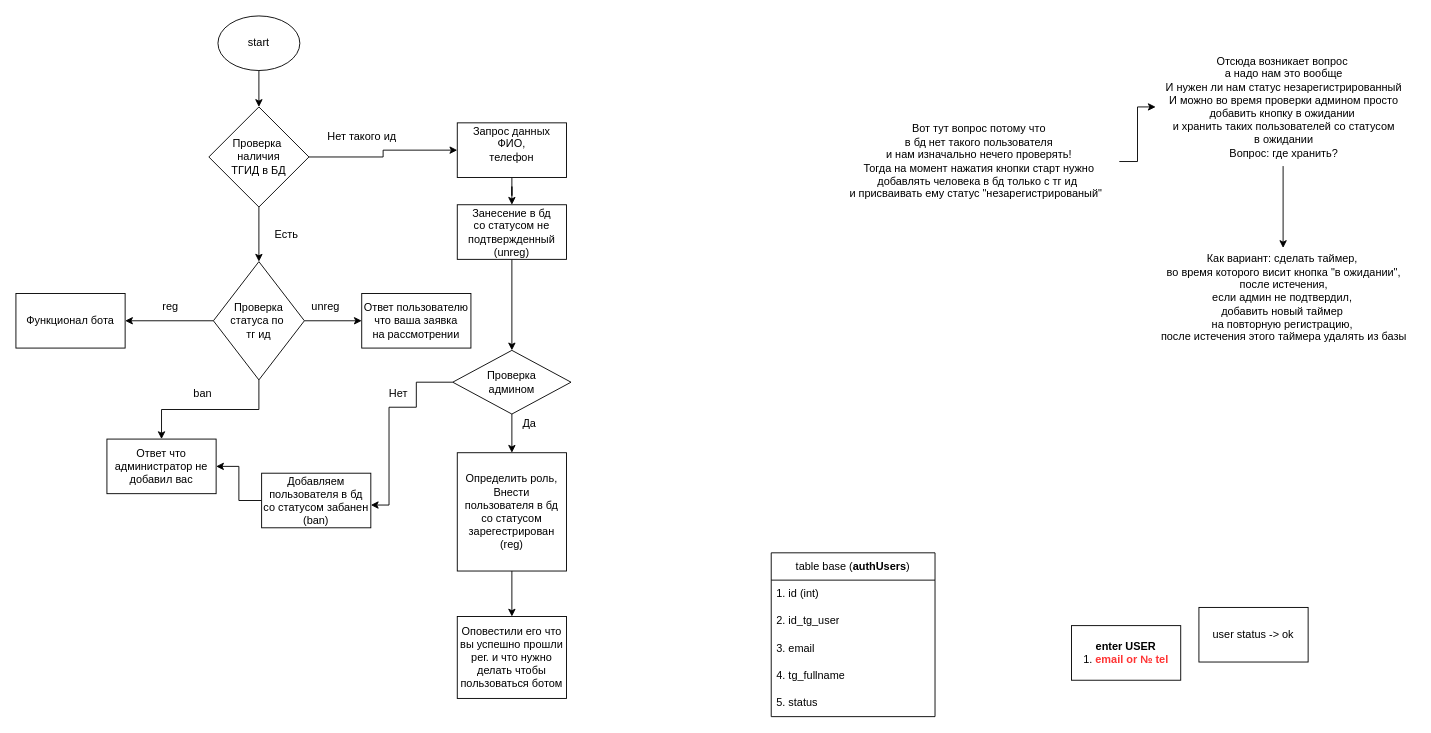
The draw.io diagram auth_op_bot.drawio in EvgeniiGud/draw, before the edit. Source tidied: cells renumbered, new cells numbered last; positions are measured from the earlier drawing's top-left corner, leaving out a move shared by most shapes. Both pictures are drawn from the tidied source at 91%, with x=0, y=0 at pixel (15, 15).
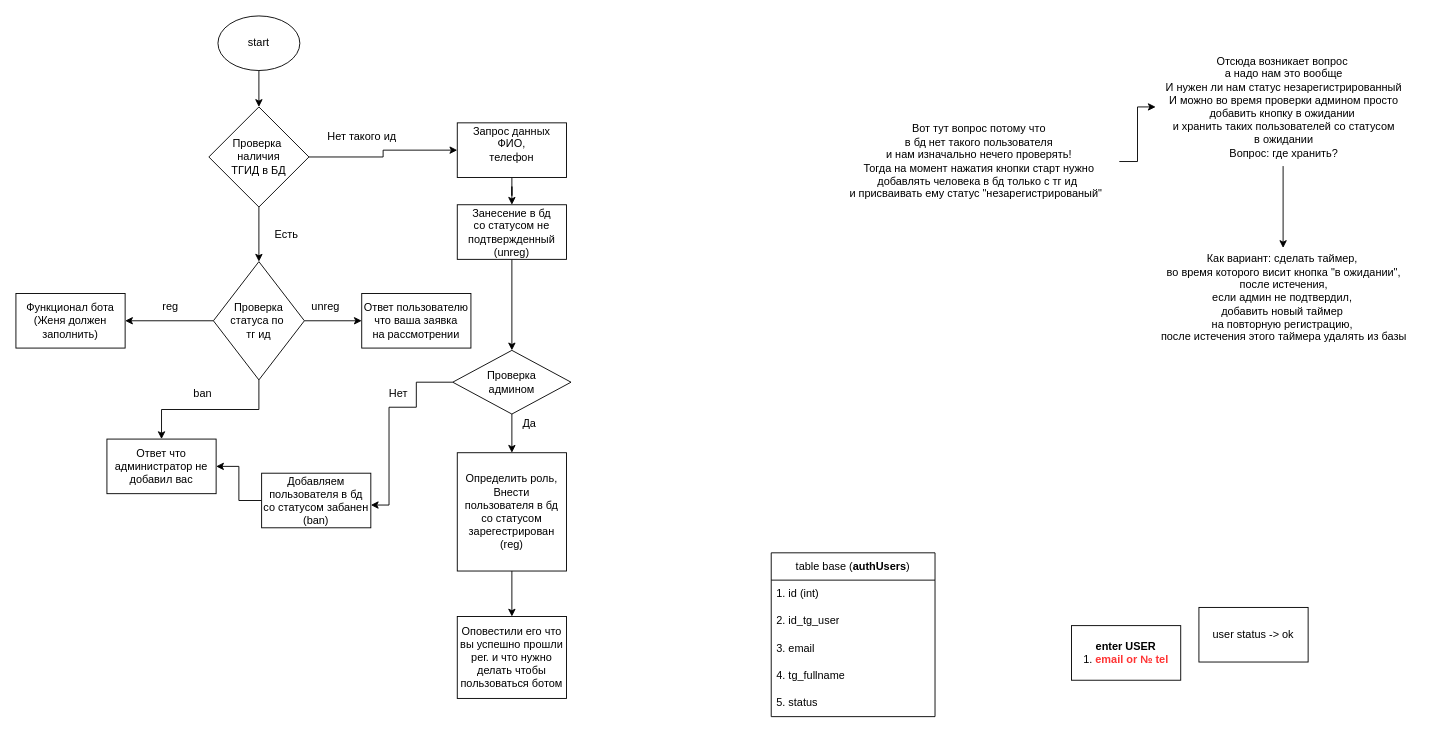
The same diagram, later.

The edit, as a diff of the source:
```diff
@@
-    <mxCell id="18" value="Функционал бота" style="whiteSpace=wrap;html=1;" parent="1" vertex="1">
+    <mxCell id="18" value="&lt;div&gt;Функционал бота&lt;/div&gt;&lt;div&gt;(Женя должен заполнить)&lt;br&gt;&lt;/div&gt;" style="whiteSpace=wrap;html=1;" parent="1" vertex="1">
       <mxGeometry y="305" width="120" height="60" as="geometry" />
     </mxCell>
```
